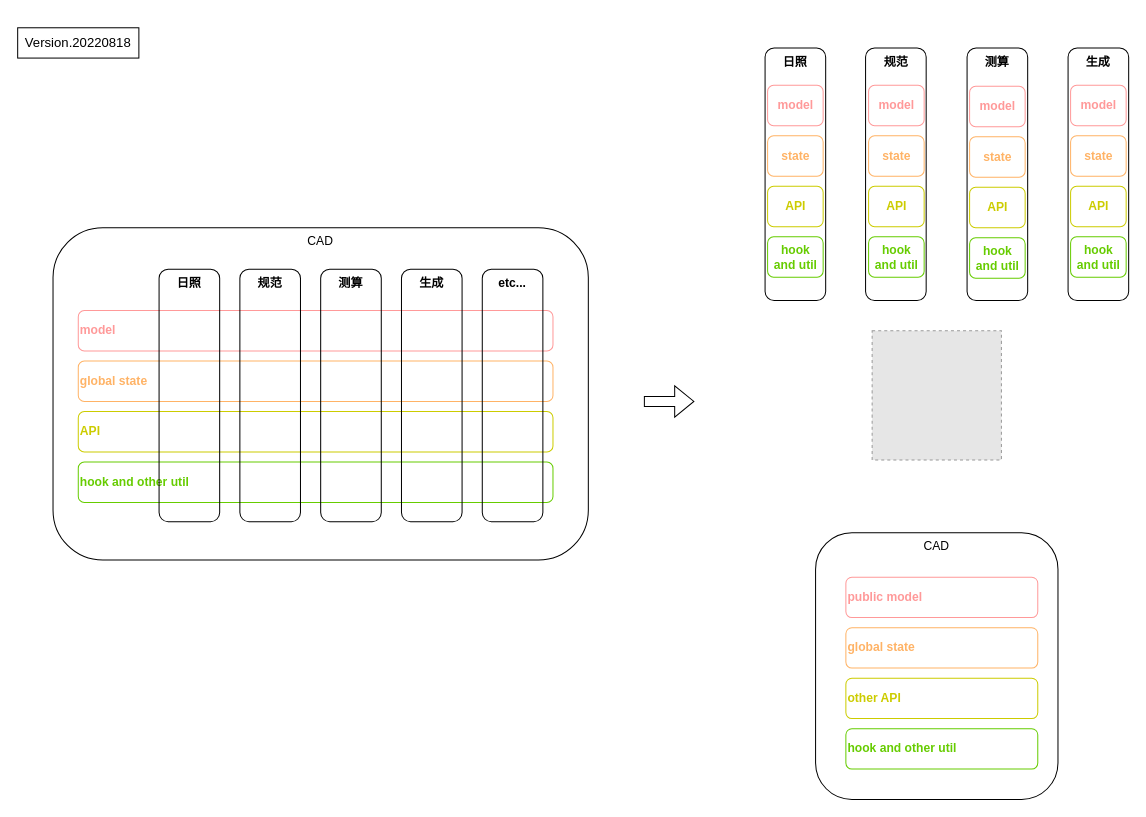
This is page "组件拆分思路 1" (2 of 3) of xk/component_refactor.drawio from fqd511/charts, a draw.io file, before an edit. Source tidied: cells renumbered, new cells numbered last; positions are measured from the earlier drawing's top-left corner, leaving out a move shared by most shapes. Both pictures are drawn from the tidied source at 101%, with x=0, y=0 at pixel (17, 27). Pictures stored in the file or linked from it are replaced by grey dashed boxes.
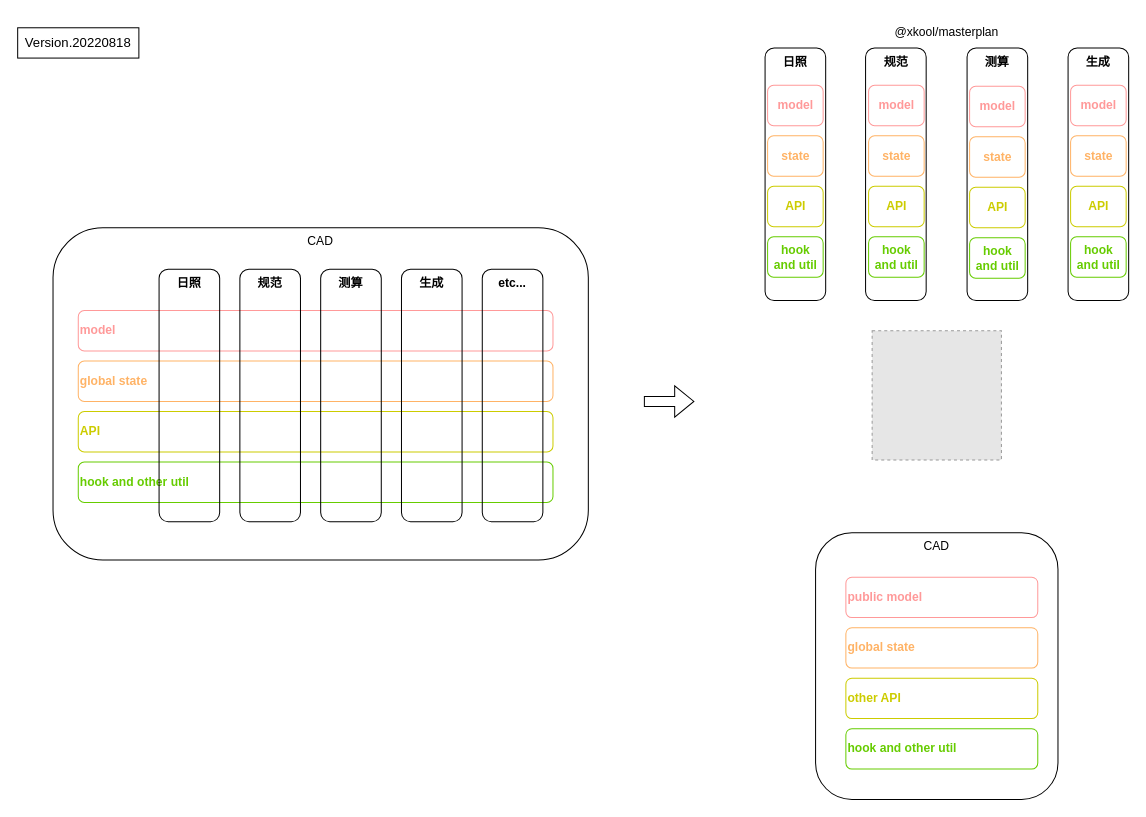
The same page after the edit.

The edit, as a diff of the source:
```diff
@@
+    <mxCell id="48" value="&lt;font color=&quot;#000000&quot;&gt;@xkool/masterplan&lt;/font&gt;" style="text;html=1;strokeColor=none;fillColor=none;align=center;verticalAlign=middle;whiteSpace=wrap;rounded=0;fontColor=#3333FF;" parent="1" vertex="1">
+      <mxGeometry x="890" y="-10" width="60" height="30" as="geometry" />
+    </mxCell>
```
